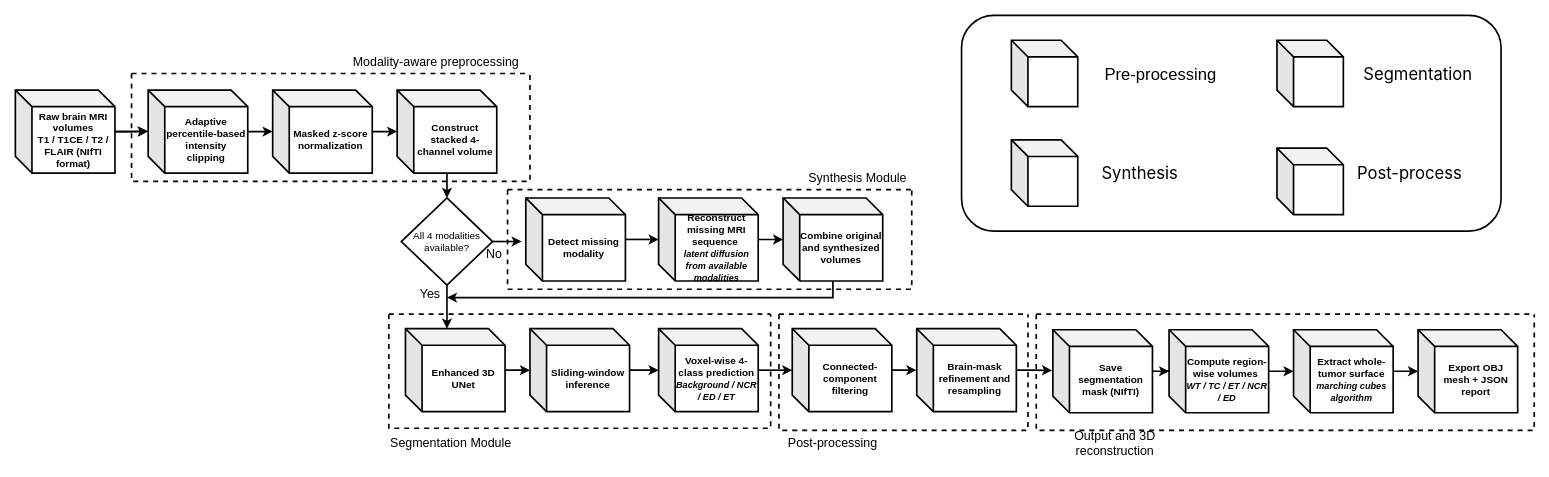
The draw.io diagram page "system architecture" (1 of 5) of Biểu đồ không có tiêu đề.drawio in FanchonSora/thesis-project, before the edit. Source tidied: cells renumbered, new cells numbered last; positions are measured from the earlier drawing's top-left corner, leaving out a move shared by most shapes. Both pictures are drawn from the tidied source at 83%, with x=0, y=0 at pixel (15, 15).
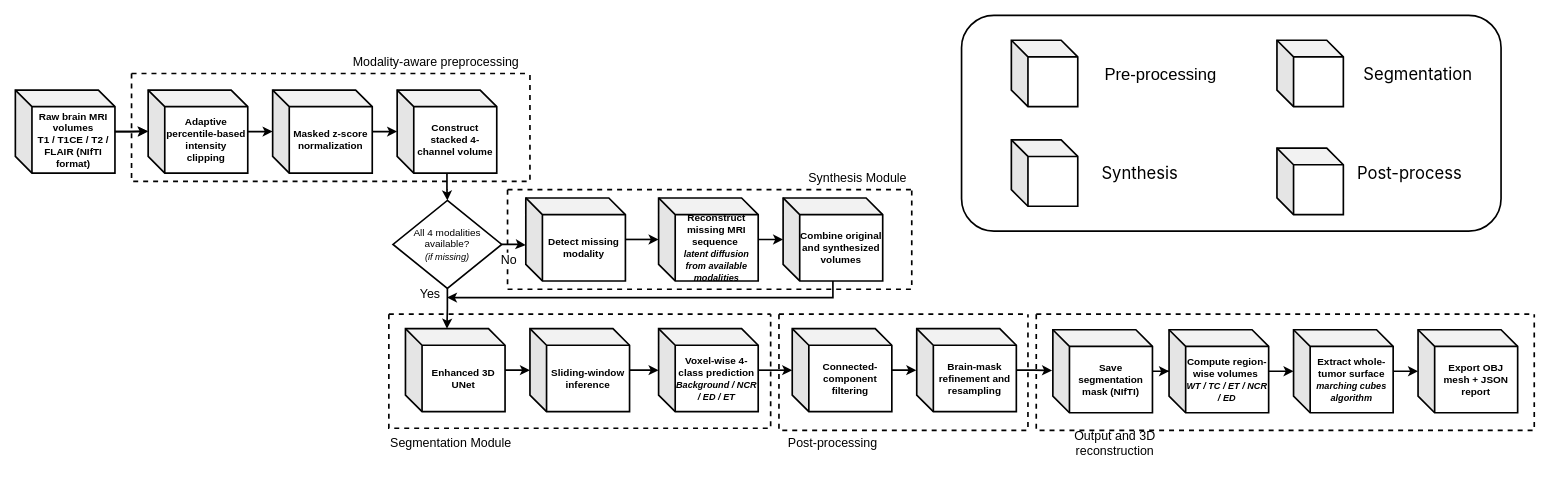
The same diagram, later.

Commit message (it also covers changes not shown here):
Cập nhật Biểu đồ không có tiêu đề.drawio

Unchanged cells that the change refers to:
```xml
<mxCell id="18" value="Detect missing modality" style="shape=cube;whiteSpace=wrap;html=1;boundedLbl=1;backgroundOutline=1;darkOpacity=0.05;darkOpacity2=0.1;fillColor=light-dark(#FFFFFF,#FF9933);strokeColor=light-dark(#000000,#000000);strokeWidth=2;fontColor=light-dark(#000000,#000000);fontStyle=1;" parent="1" vertex="1">
  <mxGeometry x="615" y="220" width="120" height="100" as="geometry" />
</mxCell>
<mxCell id="47" style="swimlane;startSize=0;dashed=1;strokeColor=light-dark(#000000,#000000);strokeWidth=2;fontColor=light-dark(#000000,#000000);" parent="1" vertex="1">
  <mxGeometry x="593" y="210" width="487" height="120" as="geometry" />
</mxCell>
```

What changed in the source:
```diff
@@
-    <mxCell id="10" style="edgeStyle=orthogonalEdgeStyle;rounded=0;jettySize=auto;html=1;strokeColor=light-dark(#000000,#000000);strokeWidth=2;fontColor=light-dark(#000000,#000000);" parent="1" edge="1" source="11">
-      <mxGeometry relative="1" as="geometry">
-        <mxPoint x="610" y="272.5" as="targetPoint" />
-      </mxGeometry>
-    </mxCell>
-    <mxCell id="11" value="All 4 modalities available?" style="rhombus;whiteSpace=wrap;html=1;strokeColor=light-dark(#000000,#000000);strokeWidth=2;fontColor=light-dark(#000000,#000000);fillColor=none;" parent="1" vertex="1">
-      <mxGeometry x="465" y="220" width="110" height="105" as="geometry" />
+    <mxCell id="11" value="All 4 modalities available?&lt;div&gt;&lt;i&gt;&lt;font style=&quot;font-size: 11px;&quot;&gt;(if missing)&lt;/font&gt;&lt;/i&gt;&lt;/div&gt;" style="rhombus;whiteSpace=wrap;html=1;strokeColor=light-dark(#000000,#000000);strokeWidth=2;fontColor=light-dark(#000000,#000000);fillColor=none;" parent="1" vertex="1">
+      <mxGeometry x="455" y="223" width="131" height="106" as="geometry" />
     </mxCell>
@@
-    <mxCell id="44" value="No" style="text;html=1;whiteSpace=wrap;strokeColor=none;fillColor=none;align=center;verticalAlign=middle;rounded=0;strokeWidth=2;fontColor=light-dark(#000000,#000000);fontSize=15;" parent="1" vertex="1">
-      <mxGeometry x="547" y="272" width="60" height="30" as="geometry" />
-    </mxCell>
@@
+    <mxCell id="44" value="No" style="text;html=1;whiteSpace=wrap;strokeColor=none;fillColor=light-dark(#FFFFFF,#FFFFFF);align=center;verticalAlign=middle;rounded=0;strokeWidth=2;fontColor=light-dark(#000000,#000000);fontSize=15;" parent="47" vertex="1">
+      <mxGeometry x="-16" y="76" width="36" height="16" as="geometry" />
+    </mxCell>
@@
+    <mxCell id="58" style="edgeStyle=orthogonalEdgeStyle;rounded=0;jettySize=auto;html=1;entryX=-0.002;entryY=0.567;entryDx=0;entryDy=0;entryPerimeter=0;strokeColor=light-dark(#000000,#000000);strokeWidth=2;" parent="1" edge="1" source="11" target="18">
+      <mxGeometry relative="1" as="geometry" />
+    </mxCell>
```
